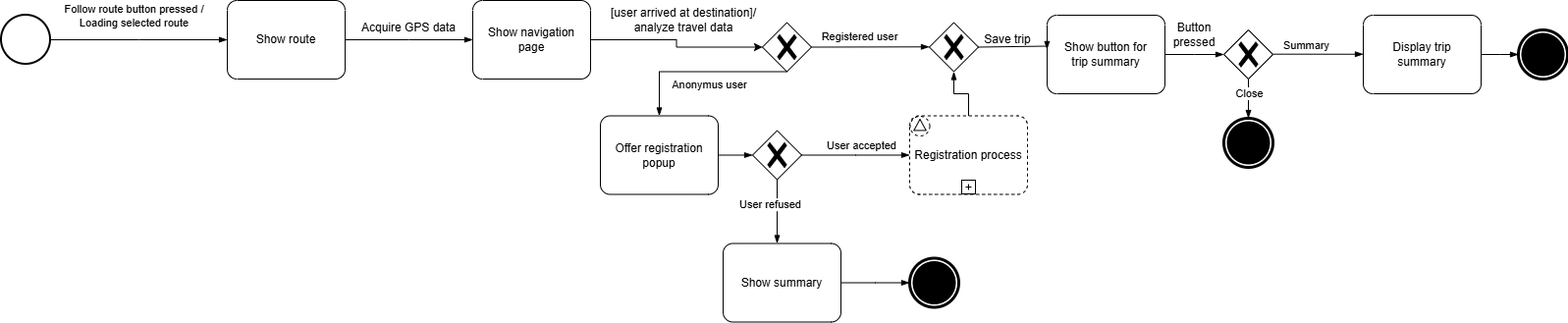
jacopobellosi/Bellosi-Montanelli-Tempobono keeps this draw.io diagram as RASD/LaTeXCode/images/StateDiagrams/Navigation.drawio.png. Above is the earlier version. Source tidied: cells renumbered, new cells last; positions are measured from the earlier drawing's top-left corner, leaving out a move shared by most shapes.
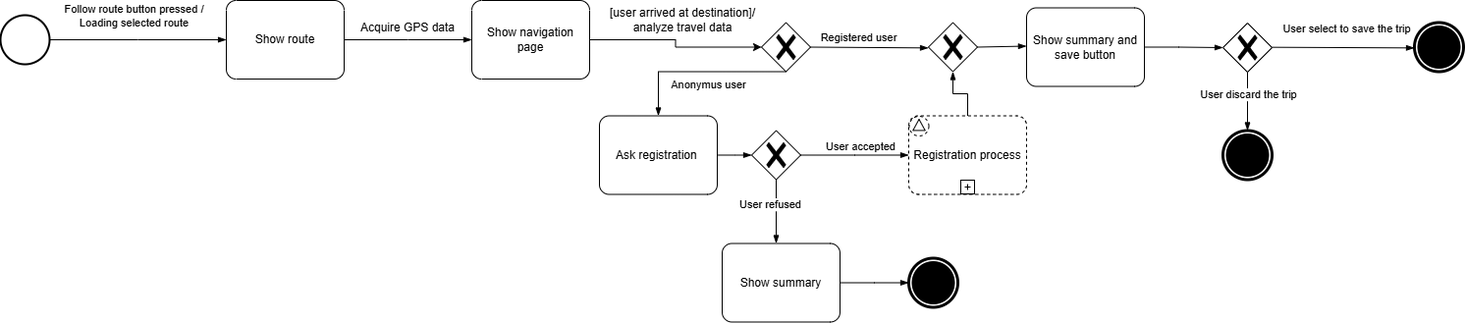
Later version of the same file.

What changed in the source:
```diff
@@ -19,9 +19,6 @@
     <mxCell id="6" value="Show navigation page" style="points=[[0.25,0,0],[0.5,0,0],[0.75,0,0],[1,0.25,0],[1,0.5,0],[1,0.75,0],[0.75,1,0],[0.5,1,0],[0.25,1,0],[0,0.75,0],[0,0.5,0],[0,0.25,0]];shape=mxgraph.bpmn.task2;whiteSpace=wrap;rectStyle=rounded;size=10;html=1;taskMarker=abstract;" parent="1" vertex="1">
       <mxGeometry x="480" width="120" height="80" as="geometry" />
     </mxCell>
-    <mxCell id="7" value="Show button for&lt;div&gt;trip s&lt;span style=&quot;background-color: transparent; color: light-dark(rgb(0, 0, 0), rgb(255, 255, 255));&quot;&gt;ummary&lt;/span&gt;&lt;/div&gt;" style="points=[[0.25,0,0],[0.5,0,0],[0.75,0,0],[1,0.25,0],[1,0.5,0],[1,0.75,0],[0.75,1,0],[0.5,1,0],[0.25,1,0],[0,0.75,0],[0,0.5,0],[0,0.25,0]];shape=mxgraph.bpmn.task2;whiteSpace=wrap;rectStyle=rounded;size=10;html=1;taskMarker=abstract;" parent="1" vertex="1">
-      <mxGeometry x="1065" y="15" width="120" height="80" as="geometry" />
-    </mxCell>
     <mxCell id="8" style="points=[[0.25,0.25,0],[0.5,0,0],[0.75,0.25,0],[1,0.5,0],[0.75,0.75,0],[0.5,1,0],[0.25,0.75,0],[0,0.5,0]];shape=mxgraph.bpmn.gateway2;html=1;verticalLabelPosition=bottom;labelBackgroundColor=#ffffff;verticalAlign=top;align=center;perimeter=rhombusPerimeter;outlineConnect=0;outline=none;symbol=none;gwType=exclusive;" parent="1" vertex="1">
       <mxGeometry x="775" y="22.5" width="50" height="50" as="geometry" />
     </mxCell>
@@ -33,39 +30,38 @@
         <mxPoint x="11" y="-10" as="offset" />
       </mxGeometry>
     </mxCell>
-    <mxCell id="11" style="edgeStyle=elbowEdgeStyle;fontSize=12;html=1;endArrow=blockThin;endFill=1;rounded=0;exitX=1;exitY=0.5;exitDx=0;exitDy=0;exitPerimeter=0;entryX=0;entryY=0.5;entryDx=0;entryDy=0;entryPerimeter=0;" parent="1" edge="1" source="7" target="12">
-      <mxGeometry relative="1" as="geometry" />
+    <mxCell id="11" style="edgeStyle=elbowEdgeStyle;fontSize=12;html=1;endArrow=blockThin;endFill=1;rounded=0;exitX=1;exitY=0.5;exitDx=0;exitDy=0;exitPerimeter=0;entryX=0;entryY=0.5;entryDx=0;entryDy=0;entryPerimeter=0;" parent="1" edge="1" source="44" target="12">
+      <mxGeometry relative="1" as="geometry">
+        <Array as="points">
+          <mxPoint x="1200" y="45" />
+        </Array>
+      </mxGeometry>
     </mxCell>
     <mxCell id="12" style="points=[[0.25,0.25,0],[0.5,0,0],[0.75,0.25,0],[1,0.5,0],[0.75,0.75,0],[0.5,1,0],[0.25,0.75,0],[0,0.5,0]];shape=mxgraph.bpmn.gateway2;html=1;verticalLabelPosition=bottom;labelBackgroundColor=#ffffff;verticalAlign=top;align=center;perimeter=rhombusPerimeter;outlineConnect=0;outline=none;symbol=none;gwType=exclusive;" parent="1" vertex="1">
-      <mxGeometry x="1245" y="30" width="50" height="50" as="geometry" />
+      <mxGeometry x="1245" y="23" width="50" height="50" as="geometry" />
     </mxCell>
-    <mxCell id="13" value="Button pressed" style="text;html=1;whiteSpace=wrap;strokeColor=none;fillColor=none;align=center;verticalAlign=middle;rounded=0;" parent="1" vertex="1">
-      <mxGeometry x="1185" y="20" width="60" height="30" as="geometry" />
-    </mxCell>
-    <mxCell id="14" style="edgeStyle=elbowEdgeStyle;fontSize=12;html=1;endArrow=blockThin;endFill=1;rounded=0;elbow=vertical;entryX=0;entryY=0.5;entryDx=0;entryDy=0;entryPerimeter=0;" parent="1" edge="1" target="19">
+    <mxCell id="14" style="edgeStyle=elbowEdgeStyle;fontSize=12;html=1;endArrow=blockThin;endFill=1;rounded=0;elbow=vertical;entryX=0;entryY=0.5;entryDx=0;entryDy=0;entryPerimeter=0;" parent="1" edge="1">
       <mxGeometry relative="1" as="geometry">
-        <mxPoint x="1295" y="54.7" as="sourcePoint" />
+        <mxPoint x="1295" y="47.7" as="sourcePoint" />
+        <mxPoint x="1440" y="48" as="targetPoint" />
       </mxGeometry>
     </mxCell>
-    <mxCell id="15" value="Summary" style="edgeLabel;html=1;align=center;verticalAlign=middle;" parent="14" vertex="1">
+    <mxCell id="15" value="User select to save the trip" style="edgeLabel;html=1;align=center;verticalAlign=middle;" parent="14" vertex="1">
       <mxGeometry x="-0.38" y="1" relative="1" as="geometry">
-        <mxPoint x="5" y="-8" as="offset" />
+        <mxPoint x="31" y="-19" as="offset" />
       </mxGeometry>
     </mxCell>
     <mxCell id="16" style="edgeStyle=elbowEdgeStyle;fontSize=12;html=1;endArrow=blockThin;endFill=1;rounded=0;exitX=0.5;exitY=1;exitDx=0;exitDy=0;exitPerimeter=0;entryX=0.5;entryY=0;entryDx=0;entryDy=0;entryPerimeter=0;elbow=vertical;" parent="1" edge="1" source="12" target="18">
       <mxGeometry relative="1" as="geometry" />
     </mxCell>
-    <mxCell id="17" value="Close" style="edgeLabel;html=1;align=center;verticalAlign=middle;" parent="16" vertex="1">
+    <mxCell id="17" value="User discard the trip" style="edgeLabel;html=1;align=center;verticalAlign=middle;" parent="16" vertex="1">
       <mxGeometry x="-0.35" relative="1" as="geometry">
         <mxPoint y="2" as="offset" />
       </mxGeometry>
     </mxCell>
     <mxCell id="18" style="points=[[0.145,0.145,0],[0.5,0,0],[0.855,0.145,0],[1,0.5,0],[0.855,0.855,0],[0.5,1,0],[0.145,0.855,0],[0,0.5,0]];shape=mxgraph.bpmn.event;html=1;verticalLabelPosition=bottom;labelBackgroundColor=#ffffff;verticalAlign=top;align=center;perimeter=ellipsePerimeter;outlineConnect=0;outline=end;symbol=terminate;" parent="1" vertex="1">
-      <mxGeometry x="1245" y="120" width="50" height="50" as="geometry" />
+      <mxGeometry x="1245" y="132.5" width="50" height="50" as="geometry" />
     </mxCell>
-    <mxCell id="19" value="Display trip&lt;div&gt;&lt;span style=&quot;background-color: transparent; color: light-dark(rgb(0, 0, 0), rgb(255, 255, 255));&quot;&gt;summary&lt;/span&gt;&lt;/div&gt;" style="points=[[0.25,0,0],[0.5,0,0],[0.75,0,0],[1,0.25,0],[1,0.5,0],[1,0.75,0],[0.75,1,0],[0.5,1,0],[0.25,1,0],[0,0.75,0],[0,0.5,0],[0,0.25,0]];shape=mxgraph.bpmn.task2;whiteSpace=wrap;rectStyle=rounded;size=10;html=1;taskMarker=abstract;" parent="1" vertex="1">
-      <mxGeometry x="1387" y="15" width="120" height="80" as="geometry" />
-    </mxCell>
     <mxCell id="20" style="edgeStyle=elbowEdgeStyle;fontSize=12;html=1;endArrow=blockThin;endFill=1;rounded=0;exitX=0.5;exitY=1;exitDx=0;exitDy=0;exitPerimeter=0;entryX=0.5;entryY=0;entryDx=0;entryDy=0;entryPerimeter=0;" parent="1" edge="1" source="8" target="22">
       <mxGeometry relative="1" as="geometry">
         <Array as="points">
@@ -78,7 +74,7 @@
         <mxPoint x="-30" y="13" as="offset" />
       </mxGeometry>
     </mxCell>
-    <mxCell id="22" value="Offer registration popup" style="points=[[0.25,0,0],[0.5,0,0],[0.75,0,0],[1,0.25,0],[1,0.5,0],[1,0.75,0],[0.75,1,0],[0.5,1,0],[0.25,1,0],[0,0.75,0],[0,0.5,0],[0,0.25,0]];shape=mxgraph.bpmn.task2;whiteSpace=wrap;rectStyle=rounded;size=10;html=1;taskMarker=abstract;" parent="1" vertex="1">
+    <mxCell id="22" value="Ask registration&amp;nbsp;" style="points=[[0.25,0,0],[0.5,0,0],[0.75,0,0],[1,0.25,0],[1,0.5,0],[1,0.75,0],[0.75,1,0],[0.5,1,0],[0.25,1,0],[0,0.75,0],[0,0.5,0],[0,0.25,0]];shape=mxgraph.bpmn.task2;whiteSpace=wrap;rectStyle=rounded;size=10;html=1;taskMarker=abstract;" parent="1" vertex="1">
       <mxGeometry x="610" y="117.5" width="120" height="80" as="geometry" />
     </mxCell>
     <mxCell id="23" style="points=[[0.25,0.25,0],[0.5,0,0],[0.75,0.25,0],[1,0.5,0],[0.75,0.75,0],[0.5,1,0],[0.25,0.75,0],[0,0.5,0]];shape=mxgraph.bpmn.gateway2;html=1;verticalLabelPosition=bottom;labelBackgroundColor=#ffffff;verticalAlign=top;align=center;perimeter=rhombusPerimeter;outlineConnect=0;outline=none;symbol=none;gwType=exclusive;" parent="1" vertex="1">
@@ -131,30 +127,28 @@
     <mxCell id="36" style="edgeStyle=elbowEdgeStyle;fontSize=12;html=1;endArrow=blockThin;endFill=1;rounded=0;exitX=1;exitY=0.5;exitDx=0;exitDy=0;exitPerimeter=0;entryX=0;entryY=0.5;entryDx=0;entryDy=0;entryPerimeter=0;" parent="1" edge="1" source="5" target="6">
       <mxGeometry relative="1" as="geometry" />
     </mxCell>
-    <mxCell id="37" style="edgeStyle=elbowEdgeStyle;fontSize=12;html=1;endArrow=blockThin;endFill=1;rounded=0;elbow=vertical;entryX=-0.001;entryY=0.436;entryDx=0;entryDy=0;entryPerimeter=0;exitX=1;exitY=0.5;exitDx=0;exitDy=0;exitPerimeter=0;" parent="1" edge="1" source="29" target="7">
+    <mxCell id="37" style="edgeStyle=elbowEdgeStyle;fontSize=12;html=1;endArrow=blockThin;endFill=1;rounded=0;elbow=vertical;entryX=-0.001;entryY=0.436;entryDx=0;entryDy=0;entryPerimeter=0;exitX=1;exitY=0.5;exitDx=0;exitDy=0;exitPerimeter=0;" parent="1" edge="1" source="29">
       <mxGeometry relative="1" as="geometry">
+        <mxPoint x="1044.9" y="47.4" as="targetPoint" />
         <Array as="points">
           <mxPoint x="1065" y="46.5" />
         </Array>
       </mxGeometry>
     </mxCell>
     <mxCell id="38" style="points=[[0.145,0.145,0],[0.5,0,0],[0.855,0.145,0],[1,0.5,0],[0.855,0.855,0],[0.5,1,0],[0.145,0.855,0],[0,0.5,0]];shape=mxgraph.bpmn.event;html=1;verticalLabelPosition=bottom;labelBackgroundColor=#ffffff;verticalAlign=top;align=center;perimeter=ellipsePerimeter;outlineConnect=0;outline=end;symbol=terminate;" parent="1" vertex="1">
-      <mxGeometry x="1545" y="30" width="50" height="50" as="geometry" />
+      <mxGeometry x="1440" y="22.5" width="50" height="50" as="geometry" />
     </mxCell>
-    <mxCell id="39" style="edgeStyle=elbowEdgeStyle;fontSize=12;html=1;endArrow=blockThin;endFill=1;rounded=0;exitX=1;exitY=0.5;exitDx=0;exitDy=0;exitPerimeter=0;entryX=0;entryY=0.5;entryDx=0;entryDy=0;entryPerimeter=0;" parent="1" edge="1" source="19" target="38">
-      <mxGeometry relative="1" as="geometry" />
-    </mxCell>
     <mxCell id="40" value="Acquire GPS data" style="text;html=1;whiteSpace=wrap;strokeColor=none;fillColor=none;align=center;verticalAlign=middle;rounded=0;" parent="1" vertex="1">
       <mxGeometry x="360" y="12.5" width="110" height="30" as="geometry" />
     </mxCell>
     <mxCell id="41" value="[user arrived at destination]/ analyze travel data" style="text;html=1;whiteSpace=wrap;strokeColor=none;fillColor=none;align=center;verticalAlign=middle;rounded=0;" parent="1" vertex="1">
       <mxGeometry x="610" y="5" width="170" height="30" as="geometry" />
     </mxCell>
-    <mxCell id="42" value="Save trip" style="text;html=1;whiteSpace=wrap;strokeColor=none;fillColor=none;align=center;verticalAlign=middle;rounded=0;" parent="1" vertex="1">
-      <mxGeometry x="995" y="32.5" width="60" height="15" as="geometry" />
-    </mxCell>
     <mxCell id="43" style="edgeStyle=orthogonalEdgeStyle;rounded=0;jettySize=auto;html=1;entryX=0;entryY=0.5;entryDx=0;entryDy=0;entryPerimeter=0;" parent="1" edge="1" source="6" target="8">
       <mxGeometry relative="1" as="geometry" />
     </mxCell>
+    <mxCell id="44" value="Show summary and save button" style="points=[[0.25,0,0],[0.5,0,0],[0.75,0,0],[1,0.25,0],[1,0.5,0],[1,0.75,0],[0.75,1,0],[0.5,1,0],[0.25,1,0],[0,0.75,0],[0,0.5,0],[0,0.25,0]];shape=mxgraph.bpmn.task2;whiteSpace=wrap;rectStyle=rounded;size=10;html=1;taskMarker=abstract;" parent="1" vertex="1">
+      <mxGeometry x="1045" y="7.5" width="120" height="80" as="geometry" />
+    </mxCell>
   </root>
 </mxGraphModel>
```
